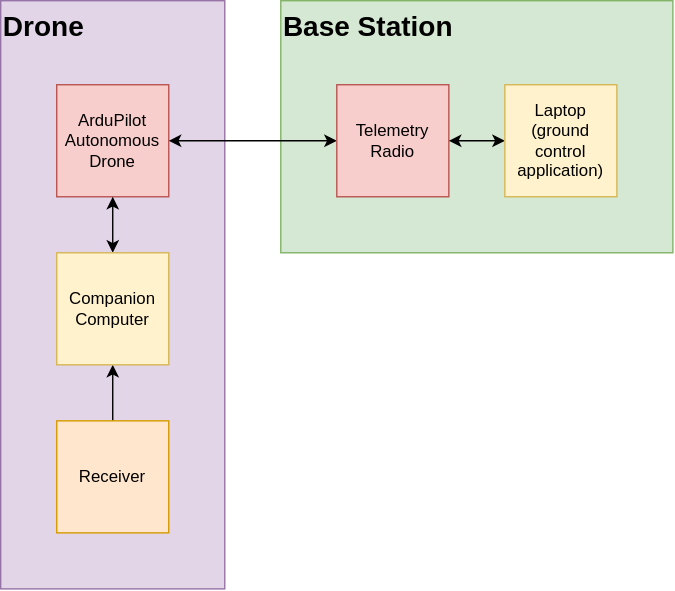
Before: .diagrams/system-diagram.drawio.svg, a diagram exported from draw.io (Avy-Dawgs/system-definition). Source tidied: cells renumbered, new cells last; positions are measured from the earlier drawing's top-left corner, leaving out a move shared by most shapes. The source it was exported from:
```xml
<mxGraphModel>
  <root>
    <mxCell id="0" />
    <mxCell id="1" parent="0" />
    <mxCell id="2" value="&lt;b&gt;&lt;font style=&quot;font-size: 20px;&quot;&gt;Base Station&lt;/font&gt;&lt;/b&gt;" style="rounded=0;whiteSpace=wrap;html=1;align=left;fillColor=#d5e8d4;strokeColor=#82b366;verticalAlign=top;" parent="1" vertex="1">
      <mxGeometry x="200" width="280" height="180" as="geometry" />
    </mxCell>
    <mxCell id="3" value="&lt;font style=&quot;font-size: 20px;&quot;&gt;&lt;b&gt;Drone&lt;/b&gt;&lt;/font&gt;" style="rounded=0;whiteSpace=wrap;html=1;fillColor=#e1d5e7;strokeColor=#9673a6;align=left;verticalAlign=top;" parent="1" vertex="1">
      <mxGeometry width="160" height="420" as="geometry" />
    </mxCell>
    <mxCell id="4" value="&lt;font style=&quot;font-size: 12px;&quot;&gt;ArduPilot Autonomous Drone&lt;/font&gt;" style="whiteSpace=wrap;html=1;fillColor=#f8cecc;strokeColor=#b85450;" parent="1" vertex="1">
      <mxGeometry x="40" y="60" width="80" height="80" as="geometry" />
    </mxCell>
    <mxCell id="5" style="edgeStyle=orthogonalEdgeStyle;rounded=0;jettySize=auto;html=1;entryX=0.5;entryY=1;entryDx=0;entryDy=0;" parent="1" edge="1" source="6" target="8">
      <mxGeometry relative="1" as="geometry" />
    </mxCell>
    <mxCell id="6" value="Receiver" style="whiteSpace=wrap;html=1;fillColor=#ffe6cc;strokeColor=#d79b00;" parent="1" vertex="1">
      <mxGeometry x="40" y="300" width="80" height="80" as="geometry" />
    </mxCell>
    <mxCell id="7" style="edgeStyle=orthogonalEdgeStyle;rounded=0;jettySize=auto;html=1;entryX=0.5;entryY=1;entryDx=0;entryDy=0;startArrow=classic;startFill=1;" parent="1" edge="1" source="8" target="4">
      <mxGeometry relative="1" as="geometry" />
    </mxCell>
    <mxCell id="8" value="Companion Computer" style="whiteSpace=wrap;html=1;fillColor=#fff2cc;strokeColor=#d6b656;" parent="1" vertex="1">
      <mxGeometry x="40" y="180" width="80" height="80" as="geometry" />
    </mxCell>
    <mxCell id="9" style="edgeStyle=orthogonalEdgeStyle;rounded=0;jettySize=auto;html=1;entryX=1;entryY=0.5;entryDx=0;entryDy=0;startArrow=classic;startFill=1;" parent="1" edge="1" source="10" target="4">
      <mxGeometry relative="1" as="geometry" />
    </mxCell>
    <mxCell id="10" value="Telemetry Radio" style="whiteSpace=wrap;html=1;fillColor=#f8cecc;strokeColor=#b85450;" parent="1" vertex="1">
      <mxGeometry x="240" y="60" width="80" height="80" as="geometry" />
    </mxCell>
    <mxCell id="11" style="edgeStyle=orthogonalEdgeStyle;rounded=0;jettySize=auto;html=1;entryX=1;entryY=0.5;entryDx=0;entryDy=0;startArrow=classic;startFill=1;endArrow=classic;endFill=1;" parent="1" edge="1" source="12" target="10">
      <mxGeometry relative="1" as="geometry" />
    </mxCell>
    <mxCell id="12" value="Laptop (ground control application)" style="whiteSpace=wrap;html=1;fillColor=#fff2cc;strokeColor=#d6b656;" parent="1" vertex="1">
      <mxGeometry x="360" y="60" width="80" height="80" as="geometry" />
    </mxCell>
  </root>
</mxGraphModel>
```
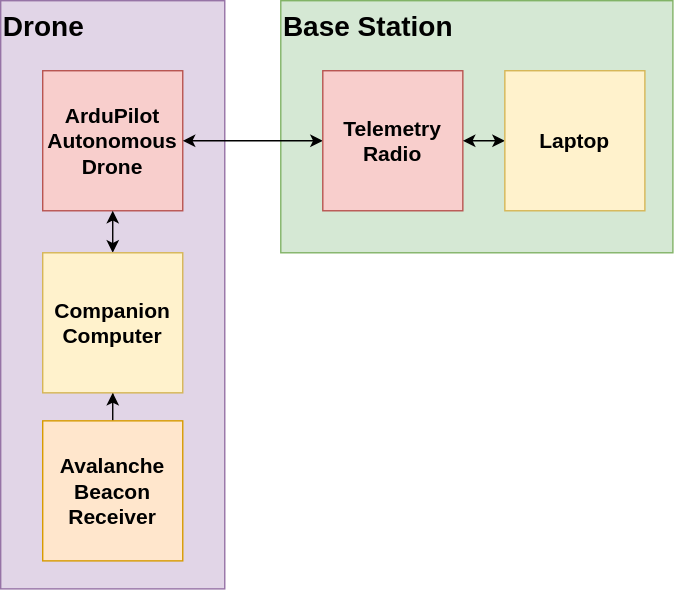
The same file after the commit.

The edit, as a diff of the source:
```diff
@@ -8,32 +8,32 @@
     <mxCell id="3" value="&lt;font style=&quot;font-size: 20px;&quot;&gt;&lt;b&gt;Drone&lt;/b&gt;&lt;/font&gt;" style="rounded=0;whiteSpace=wrap;html=1;fillColor=#e1d5e7;strokeColor=#9673a6;align=left;verticalAlign=top;" parent="1" vertex="1">
       <mxGeometry width="160" height="420" as="geometry" />
     </mxCell>
-    <mxCell id="4" value="&lt;font style=&quot;font-size: 12px;&quot;&gt;ArduPilot Autonomous Drone&lt;/font&gt;" style="whiteSpace=wrap;html=1;fillColor=#f8cecc;strokeColor=#b85450;" parent="1" vertex="1">
-      <mxGeometry x="40" y="60" width="80" height="80" as="geometry" />
+    <mxCell id="4" value="&lt;font size=&quot;1&quot; style=&quot;&quot;&gt;&lt;b style=&quot;font-size: 15px;&quot;&gt;ArduPilot Autonomous Drone&lt;/b&gt;&lt;/font&gt;" style="whiteSpace=wrap;html=1;fillColor=#f8cecc;strokeColor=#b85450;" parent="1" vertex="1">
+      <mxGeometry x="30" y="50" width="100" height="100" as="geometry" />
     </mxCell>
     <mxCell id="5" style="edgeStyle=orthogonalEdgeStyle;rounded=0;jettySize=auto;html=1;entryX=0.5;entryY=1;entryDx=0;entryDy=0;" parent="1" edge="1" source="6" target="8">
       <mxGeometry relative="1" as="geometry" />
     </mxCell>
-    <mxCell id="6" value="Receiver" style="whiteSpace=wrap;html=1;fillColor=#ffe6cc;strokeColor=#d79b00;" parent="1" vertex="1">
-      <mxGeometry x="40" y="300" width="80" height="80" as="geometry" />
+    <mxCell id="6" value="&lt;font style=&quot;font-size: 15px;&quot;&gt;&lt;b&gt;Avalanche Beacon Receiver&lt;/b&gt;&lt;/font&gt;" style="whiteSpace=wrap;html=1;fillColor=#ffe6cc;strokeColor=#d79b00;" parent="1" vertex="1">
+      <mxGeometry x="30" y="300" width="100" height="100" as="geometry" />
     </mxCell>
     <mxCell id="7" style="edgeStyle=orthogonalEdgeStyle;rounded=0;jettySize=auto;html=1;entryX=0.5;entryY=1;entryDx=0;entryDy=0;startArrow=classic;startFill=1;" parent="1" edge="1" source="8" target="4">
       <mxGeometry relative="1" as="geometry" />
     </mxCell>
-    <mxCell id="8" value="Companion Computer" style="whiteSpace=wrap;html=1;fillColor=#fff2cc;strokeColor=#d6b656;" parent="1" vertex="1">
-      <mxGeometry x="40" y="180" width="80" height="80" as="geometry" />
+    <mxCell id="8" value="&lt;b&gt;&lt;font style=&quot;font-size: 15px;&quot;&gt;Companion Computer&lt;/font&gt;&lt;/b&gt;" style="whiteSpace=wrap;html=1;fillColor=#fff2cc;strokeColor=#d6b656;" parent="1" vertex="1">
+      <mxGeometry x="30" y="180" width="100" height="100" as="geometry" />
     </mxCell>
     <mxCell id="9" style="edgeStyle=orthogonalEdgeStyle;rounded=0;jettySize=auto;html=1;entryX=1;entryY=0.5;entryDx=0;entryDy=0;startArrow=classic;startFill=1;" parent="1" edge="1" source="10" target="4">
       <mxGeometry relative="1" as="geometry" />
     </mxCell>
-    <mxCell id="10" value="Telemetry Radio" style="whiteSpace=wrap;html=1;fillColor=#f8cecc;strokeColor=#b85450;" parent="1" vertex="1">
-      <mxGeometry x="240" y="60" width="80" height="80" as="geometry" />
+    <mxCell id="10" value="&lt;b&gt;&lt;font style=&quot;font-size: 15px;&quot;&gt;Telemetry Radio&lt;/font&gt;&lt;/b&gt;" style="whiteSpace=wrap;html=1;fillColor=#f8cecc;strokeColor=#b85450;" parent="1" vertex="1">
+      <mxGeometry x="230" y="50" width="100" height="100" as="geometry" />
     </mxCell>
     <mxCell id="11" style="edgeStyle=orthogonalEdgeStyle;rounded=0;jettySize=auto;html=1;entryX=1;entryY=0.5;entryDx=0;entryDy=0;startArrow=classic;startFill=1;endArrow=classic;endFill=1;" parent="1" edge="1" source="12" target="10">
       <mxGeometry relative="1" as="geometry" />
     </mxCell>
-    <mxCell id="12" value="Laptop (ground control application)" style="whiteSpace=wrap;html=1;fillColor=#fff2cc;strokeColor=#d6b656;" parent="1" vertex="1">
-      <mxGeometry x="360" y="60" width="80" height="80" as="geometry" />
+    <mxCell id="12" value="&lt;b&gt;&lt;font style=&quot;font-size: 15px;&quot;&gt;Laptop&lt;/font&gt;&lt;/b&gt;" style="whiteSpace=wrap;html=1;fillColor=#fff2cc;strokeColor=#d6b656;" parent="1" vertex="1">
+      <mxGeometry x="360" y="50" width="100" height="100" as="geometry" />
     </mxCell>
   </root>
 </mxGraphModel>
```
